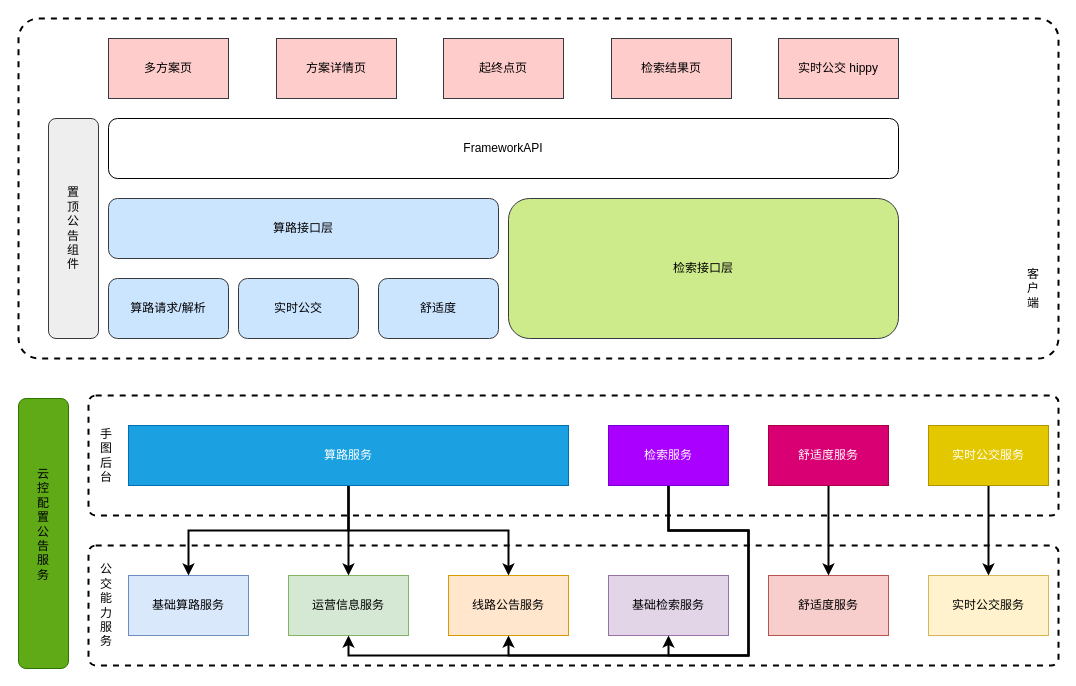
The draw.io diagram page "算路动态数据框架" (4 of 5) of SD-routeCalculate.drawio in wangziji/graphics, before the edit. Source tidied: cells renumbered, new cells numbered last; positions are measured from the earlier drawing's top-left corner, leaving out a move shared by most shapes. Both pictures are drawn from the tidied source at 100%, with x=0, y=0 at pixel (18, 18).
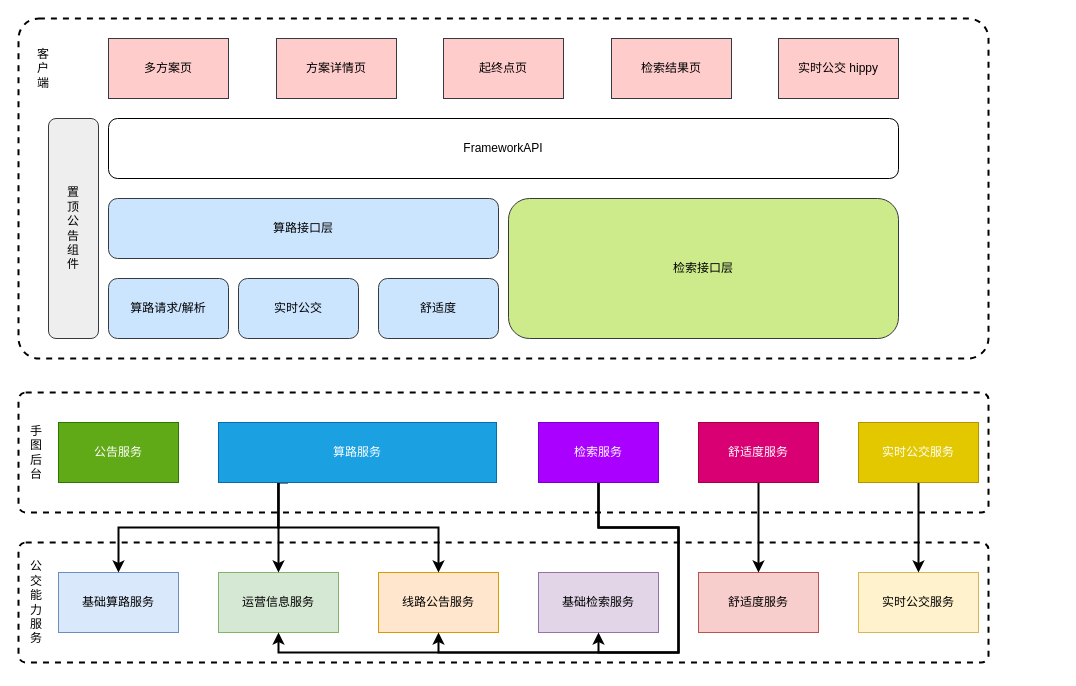
Above is the later version.

The edit, as a diff of the source:
```diff
@@
     <mxCell id="2" style="rounded=1;whiteSpace=wrap;html=1;strokeWidth=2;fillColor=none;dashed=1;arcSize=6;" parent="1" vertex="1">
-      <mxGeometry width="1040" height="340" as="geometry" />
+      <mxGeometry width="970" height="340" as="geometry" />
     </mxCell>
     <mxCell id="3" style="rounded=1;whiteSpace=wrap;html=1;strokeWidth=2;fillColor=none;dashed=1;arcSize=6;" parent="1" vertex="1">
-      <mxGeometry x="70" y="377" width="970" height="120" as="geometry" />
+      <mxGeometry y="374" width="970" height="120" as="geometry" />
     </mxCell>
     <mxCell id="4" style="rounded=1;whiteSpace=wrap;html=1;strokeWidth=2;fillColor=none;dashed=1;arcSize=6;" parent="1" vertex="1">
-      <mxGeometry x="70" y="527" width="970" height="120" as="geometry" />
+      <mxGeometry y="524" width="970" height="120" as="geometry" />
     </mxCell>
     <mxCell id="5" value="基础算路服务" style="rounded=0;whiteSpace=wrap;html=1;strokeWidth=1;fillColor=#dae8fc;strokeColor=#6c8ebf;" parent="1" vertex="1">
-      <mxGeometry x="110" y="557" width="120" height="60" as="geometry" />
+      <mxGeometry x="40" y="554" width="120" height="60" as="geometry" />
     </mxCell>
     <mxCell id="6" value="运营信息服务" style="rounded=0;whiteSpace=wrap;html=1;strokeWidth=1;fillColor=#d5e8d4;strokeColor=#82b366;" parent="1" vertex="1">
-      <mxGeometry x="270" y="557" width="120" height="60" as="geometry" />
+      <mxGeometry x="200" y="554" width="120" height="60" as="geometry" />
     </mxCell>
     <mxCell id="7" value="线路公告服务" style="rounded=0;whiteSpace=wrap;html=1;strokeWidth=1;fillColor=#ffe6cc;strokeColor=#d79b00;" parent="1" vertex="1">
-      <mxGeometry x="430" y="557" width="120" height="60" as="geometry" />
+      <mxGeometry x="360" y="554" width="120" height="60" as="geometry" />
     </mxCell>
     <mxCell id="8" value="实时公交服务" style="rounded=0;whiteSpace=wrap;html=1;strokeWidth=1;fillColor=#fff2cc;strokeColor=#d6b656;" parent="1" vertex="1">
-      <mxGeometry x="910" y="557" width="120" height="60" as="geometry" />
+      <mxGeometry x="840" y="554" width="120" height="60" as="geometry" />
     </mxCell>
     <mxCell id="9" value="舒适度服务" style="rounded=0;whiteSpace=wrap;html=1;strokeWidth=1;fillColor=#f8cecc;strokeColor=#b85450;" parent="1" vertex="1">
-      <mxGeometry x="750" y="557" width="120" height="60" as="geometry" />
+      <mxGeometry x="680" y="554" width="120" height="60" as="geometry" />
     </mxCell>
     <mxCell id="10" value="基础检索服务" style="rounded=0;whiteSpace=wrap;html=1;strokeWidth=1;fillColor=#e1d5e7;strokeColor=#9673a6;" parent="1" vertex="1">
-      <mxGeometry x="590" y="557" width="120" height="60" as="geometry" />
+      <mxGeometry x="520" y="554" width="120" height="60" as="geometry" />
     </mxCell>
     <mxCell id="11" value="公交能力服务" style="text;html=1;strokeColor=none;fillColor=none;align=left;verticalAlign=middle;whiteSpace=wrap;rounded=0;dashed=1;horizontal=1;direction=north;flipV=1;flipH=1;" parent="1" vertex="1">
-      <mxGeometry x="80" y="542" width="20" height="90" as="geometry" />
+      <mxGeometry x="10" y="539" width="20" height="90" as="geometry" />
     </mxCell>
-    <mxCell id="12" style="edgeStyle=orthogonalEdgeStyle;rounded=0;jettySize=auto;html=1;exitX=0.5;exitY=1;exitDx=0;exitDy=0;entryX=0.5;entryY=0;entryDx=0;entryDy=0;strokeWidth=2;" parent="1" edge="1" source="15" target="5">
-      <mxGeometry relative="1" as="geometry" />
+    <mxCell id="12" style="edgeStyle=orthogonalEdgeStyle;rounded=0;jettySize=auto;html=1;exitX=0.25;exitY=1;exitDx=0;exitDy=0;entryX=0.5;entryY=0;entryDx=0;entryDy=0;strokeWidth=2;" parent="1" edge="1" source="15" target="5">
+      <mxGeometry relative="1" as="geometry">
+        <Array as="points">
+          <mxPoint x="260" y="464" />
+          <mxPoint x="260" y="509" />
+          <mxPoint x="100" y="509" />
+        </Array>
+      </mxGeometry>
     </mxCell>
-    <mxCell id="13" style="edgeStyle=orthogonalEdgeStyle;rounded=0;jettySize=auto;html=1;exitX=0.5;exitY=1;exitDx=0;exitDy=0;entryX=0.5;entryY=0;entryDx=0;entryDy=0;strokeWidth=2;" parent="1" edge="1" source="15" target="6">
+    <mxCell id="13" style="edgeStyle=orthogonalEdgeStyle;rounded=0;jettySize=auto;html=1;exitX=0.216;exitY=1;exitDx=0;exitDy=0;entryX=0.5;entryY=0;entryDx=0;entryDy=0;strokeWidth=2;exitPerimeter=0;" parent="1" edge="1" source="15" target="6">
       <mxGeometry relative="1" as="geometry" />
     </mxCell>
-    <mxCell id="14" style="edgeStyle=orthogonalEdgeStyle;rounded=0;jettySize=auto;html=1;exitX=0.5;exitY=1;exitDx=0;exitDy=0;entryX=0.5;entryY=0;entryDx=0;entryDy=0;strokeWidth=2;" parent="1" edge="1" source="15" target="7">
+    <mxCell id="14" style="edgeStyle=orthogonalEdgeStyle;rounded=0;jettySize=auto;html=1;exitX=0.215;exitY=0.978;exitDx=0;exitDy=0;entryX=0.5;entryY=0;entryDx=0;entryDy=0;strokeWidth=2;exitPerimeter=0;" parent="1" edge="1" source="15" target="7">
       <mxGeometry relative="1" as="geometry" />
     </mxCell>
     <mxCell id="15" value="算路服务" style="rounded=0;whiteSpace=wrap;html=1;strokeWidth=1;fillColor=#1ba1e2;strokeColor=#006EAF;fontColor=#ffffff;" parent="1" vertex="1">
-      <mxGeometry x="110" y="407" width="440" height="60" as="geometry" />
+      <mxGeometry x="200" y="404" width="278" height="60" as="geometry" />
     </mxCell>
@@
     <mxCell id="17" value="实时公交服务" style="rounded=0;whiteSpace=wrap;html=1;strokeWidth=1;fillColor=#e3c800;strokeColor=#B09500;fontColor=#ffffff;" parent="1" vertex="1">
-      <mxGeometry x="910" y="407" width="120" height="60" as="geometry" />
+      <mxGeometry x="840" y="404" width="120" height="60" as="geometry" />
     </mxCell>
@@
     <mxCell id="19" value="舒适度服务" style="rounded=0;whiteSpace=wrap;html=1;strokeWidth=1;fillColor=#d80073;strokeColor=#A50040;fontColor=#ffffff;" parent="1" vertex="1">
-      <mxGeometry x="750" y="407" width="120" height="60" as="geometry" />
+      <mxGeometry x="680" y="404" width="120" height="60" as="geometry" />
     </mxCell>
     <mxCell id="20" style="edgeStyle=orthogonalEdgeStyle;rounded=0;jettySize=auto;html=1;entryX=0.5;entryY=1;entryDx=0;entryDy=0;strokeWidth=2;exitX=0.5;exitY=1;exitDx=0;exitDy=0;" parent="1" edge="1" source="23" target="6">
       <mxGeometry relative="1" as="geometry">
         <Array as="points">
-          <mxPoint x="650" y="512" />
-          <mxPoint x="730" y="512" />
-          <mxPoint x="730" y="637" />
-          <mxPoint x="330" y="637" />
+          <mxPoint x="580" y="509" />
+          <mxPoint x="660" y="509" />
+          <mxPoint x="660" y="634" />
+          <mxPoint x="260" y="634" />
         </Array>
       </mxGeometry>
     </mxCell>
     <mxCell id="21" style="edgeStyle=orthogonalEdgeStyle;rounded=0;jettySize=auto;html=1;exitX=0.5;exitY=1;exitDx=0;exitDy=0;entryX=0.5;entryY=1;entryDx=0;entryDy=0;strokeWidth=2;" parent="1" edge="1" source="23" target="10">
       <mxGeometry relative="1" as="geometry">
         <Array as="points">
-          <mxPoint x="650" y="512" />
-          <mxPoint x="730" y="512" />
-          <mxPoint x="730" y="637" />
-          <mxPoint x="650" y="637" />
+          <mxPoint x="580" y="509" />
+          <mxPoint x="660" y="509" />
+          <mxPoint x="660" y="634" />
+          <mxPoint x="580" y="634" />
         </Array>
       </mxGeometry>
     </mxCell>
     <mxCell id="22" style="edgeStyle=orthogonalEdgeStyle;rounded=0;jettySize=auto;html=1;exitX=0.5;exitY=1;exitDx=0;exitDy=0;entryX=0.5;entryY=1;entryDx=0;entryDy=0;strokeWidth=2;" parent="1" edge="1" source="23" target="7">
       <mxGeometry relative="1" as="geometry">
         <Array as="points">
-          <mxPoint x="650" y="512" />
-          <mxPoint x="730" y="512" />
-          <mxPoint x="730" y="637" />
-          <mxPoint x="490" y="637" />
+          <mxPoint x="580" y="509" />
+          <mxPoint x="660" y="509" />
+          <mxPoint x="660" y="634" />
+          <mxPoint x="420" y="634" />
         </Array>
       </mxGeometry>
     </mxCell>
     <mxCell id="23" value="检索服务" style="rounded=0;whiteSpace=wrap;html=1;strokeWidth=1;fillColor=#aa00ff;strokeColor=#7700CC;fontColor=#ffffff;" parent="1" vertex="1">
-      <mxGeometry x="590" y="407" width="120" height="60" as="geometry" />
+      <mxGeometry x="520" y="404" width="120" height="60" as="geometry" />
     </mxCell>
     <mxCell id="24" value="手图后台" style="text;html=1;strokeColor=none;fillColor=none;align=left;verticalAlign=middle;whiteSpace=wrap;rounded=0;dashed=1;horizontal=1;direction=north;flipV=1;flipH=1;" parent="1" vertex="1">
-      <mxGeometry x="80" y="392" width="20" height="90" as="geometry" />
+      <mxGeometry x="10" y="389" width="20" height="90" as="geometry" />
     </mxCell>
@@
-    <mxCell id="38" style="group;" parent="1" vertex="1">
-      <mxGeometry y="380" width="50" height="270" as="geometry" />
-    </mxCell>
-    <mxCell id="39" style="rounded=1;whiteSpace=wrap;strokeWidth=1;fillColor=#60a917;strokeColor=#2D7600;fontColor=#ffffff;horizontal=0;html=1;" parent="38" vertex="1">
-      <mxGeometry width="50" height="270" as="geometry" />
-    </mxCell>
-    <mxCell id="40" value="云控配置公告服务" style="text;html=1;strokeColor=none;fillColor=none;align=center;verticalAlign=middle;whiteSpace=wrap;rounded=0;" parent="38" vertex="1">
-      <mxGeometry x="15" y="11" width="20" height="230" as="geometry" />
-    </mxCell>
     <mxCell id="41" value="客户端" style="text;html=1;strokeColor=none;fillColor=none;align=center;verticalAlign=middle;whiteSpace=wrap;rounded=0;dashed=1;" parent="1" vertex="1">
-      <mxGeometry x="1010" y="220" width="10" height="100" as="geometry" />
+      <mxGeometry x="20" width="10" height="100" as="geometry" />
     </mxCell>
+    <mxCell id="42" value="公告服务" style="rounded=0;whiteSpace=wrap;html=1;fillColor=#60a917;strokeColor=#2D7600;fontColor=#ffffff;" parent="1" vertex="1">
+      <mxGeometry x="40" y="404" width="120" height="60" as="geometry" />
+    </mxCell>
```
